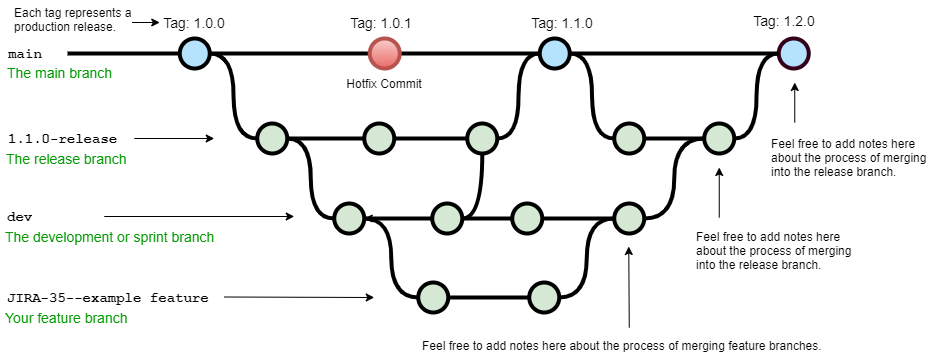
The draw.io diagram git-workflow-3.drawio.png in chinacode/diagrams, before a commit. Source tidied: cells renumbered, new cells last; positions are measured from the earlier drawing's top-left corner, leaving out a move shared by most shapes.
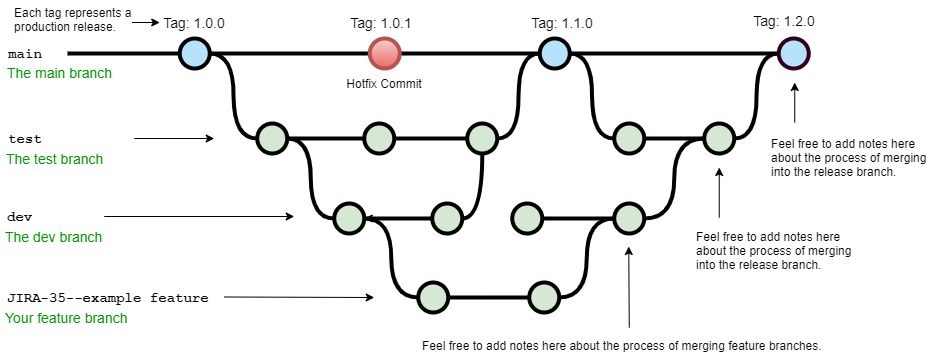
After the commit.

Change to the diagram source:
```diff
@@ -52,7 +52,7 @@
     <mxCell id="17" style="verticalLabelPosition=bottom;verticalAlign=top;html=1;strokeWidth=4;shape=mxgraph.flowchart.on-page_reference;plain-purple;gradientColor=none;strokeColor=#000000;fillColor=#D5E8D4;" parent="1" vertex="1">
       <mxGeometry x="466.8" y="123" width="30" height="30" as="geometry" />
     </mxCell>
-    <mxCell id="18" value="1.1.0-release" style="text;html=1;strokeColor=none;fillColor=none;align=left;verticalAlign=middle;whiteSpace=wrap;overflow=hidden;fontSize=14;fontStyle=1;fontFamily=Courier New;" parent="1" vertex="1">
+    <mxCell id="18" value="test" style="text;html=1;strokeColor=none;fillColor=none;align=left;verticalAlign=middle;whiteSpace=wrap;overflow=hidden;fontSize=14;fontStyle=1;fontFamily=Courier New;" parent="1" vertex="1">
       <mxGeometry x="5.8" y="128" width="240" height="20" as="geometry" />
     </mxCell>
     <mxCell id="19" style="edgeStyle=orthogonalEdgeStyle;rounded=0;jettySize=auto;html=1;endArrow=none;endFill=0;strokeWidth=4;" parent="1" edge="1" source="22" target="26">
@@ -67,9 +67,6 @@
     <mxCell id="22" style="verticalLabelPosition=bottom;verticalAlign=top;html=1;strokeWidth=4;shape=mxgraph.flowchart.on-page_reference;plain-purple;gradientColor=none;strokeColor=#000000;fillColor=#D5E8D4;" parent="1" vertex="1">
       <mxGeometry x="333.8" y="203" width="30" height="30" as="geometry" />
     </mxCell>
-    <mxCell id="23" style="edgeStyle=orthogonalEdgeStyle;curved=1;rounded=0;jettySize=auto;html=1;endArrow=none;endFill=0;strokeWidth=4;" parent="1" edge="1" source="26" target="28">
-      <mxGeometry relative="1" as="geometry" />
-    </mxCell>
     <mxCell id="24" style="edgeStyle=orthogonalEdgeStyle;rounded=0;jettySize=auto;html=1;" parent="1" edge="1" source="26" target="22">
       <mxGeometry relative="1" as="geometry" />
     </mxCell>
@@ -109,13 +106,13 @@
     <mxCell id="36" value="JIRA-35--example feature" style="text;html=1;strokeColor=none;fillColor=none;align=left;verticalAlign=middle;whiteSpace=wrap;overflow=hidden;fontSize=14;fontStyle=1;fontFamily=Courier New;" parent="1" vertex="1">
       <mxGeometry x="4.5" y="287" width="240" height="20" as="geometry" />
     </mxCell>
-    <mxCell id="37" value="The development or sprint branch" style="text;html=1;strokeColor=none;fillColor=none;align=left;verticalAlign=middle;whiteSpace=wrap;overflow=hidden;fontSize=14;fontStyle=0;fontColor=#009900;" parent="1" vertex="1">
+    <mxCell id="37" value="The dev branch" style="text;html=1;strokeColor=none;fillColor=none;align=left;verticalAlign=middle;whiteSpace=wrap;overflow=hidden;fontSize=14;fontStyle=0;fontColor=#009900;" parent="1" vertex="1">
       <mxGeometry x="2.8" y="226" width="240" height="20" as="geometry" />
     </mxCell>
     <mxCell id="38" value="Your feature branch" style="text;html=1;strokeColor=none;fillColor=none;align=left;verticalAlign=middle;whiteSpace=wrap;overflow=hidden;fontSize=14;fontStyle=0;fontColor=#009900;" parent="1" vertex="1">
       <mxGeometry x="2.8" y="307" width="240" height="20" as="geometry" />
     </mxCell>
-    <mxCell id="39" value="The release branch" style="text;html=1;strokeColor=none;fillColor=none;align=left;verticalAlign=middle;whiteSpace=wrap;overflow=hidden;fontSize=14;fontStyle=0;fontColor=#009900;" parent="1" vertex="1">
+    <mxCell id="39" value="The test branch" style="text;html=1;strokeColor=none;fillColor=none;align=left;verticalAlign=middle;whiteSpace=wrap;overflow=hidden;fontSize=14;fontStyle=0;fontColor=#009900;" parent="1" vertex="1">
       <mxGeometry x="3.8" y="148" width="240" height="20" as="geometry" />
     </mxCell>
     <mxCell id="40" value="The main branch&lt;br&gt;" style="text;html=1;strokeColor=none;fillColor=none;align=left;verticalAlign=middle;whiteSpace=wrap;overflow=hidden;fontSize=14;fontStyle=0;fontColor=#009900;" parent="1" vertex="1">
```
